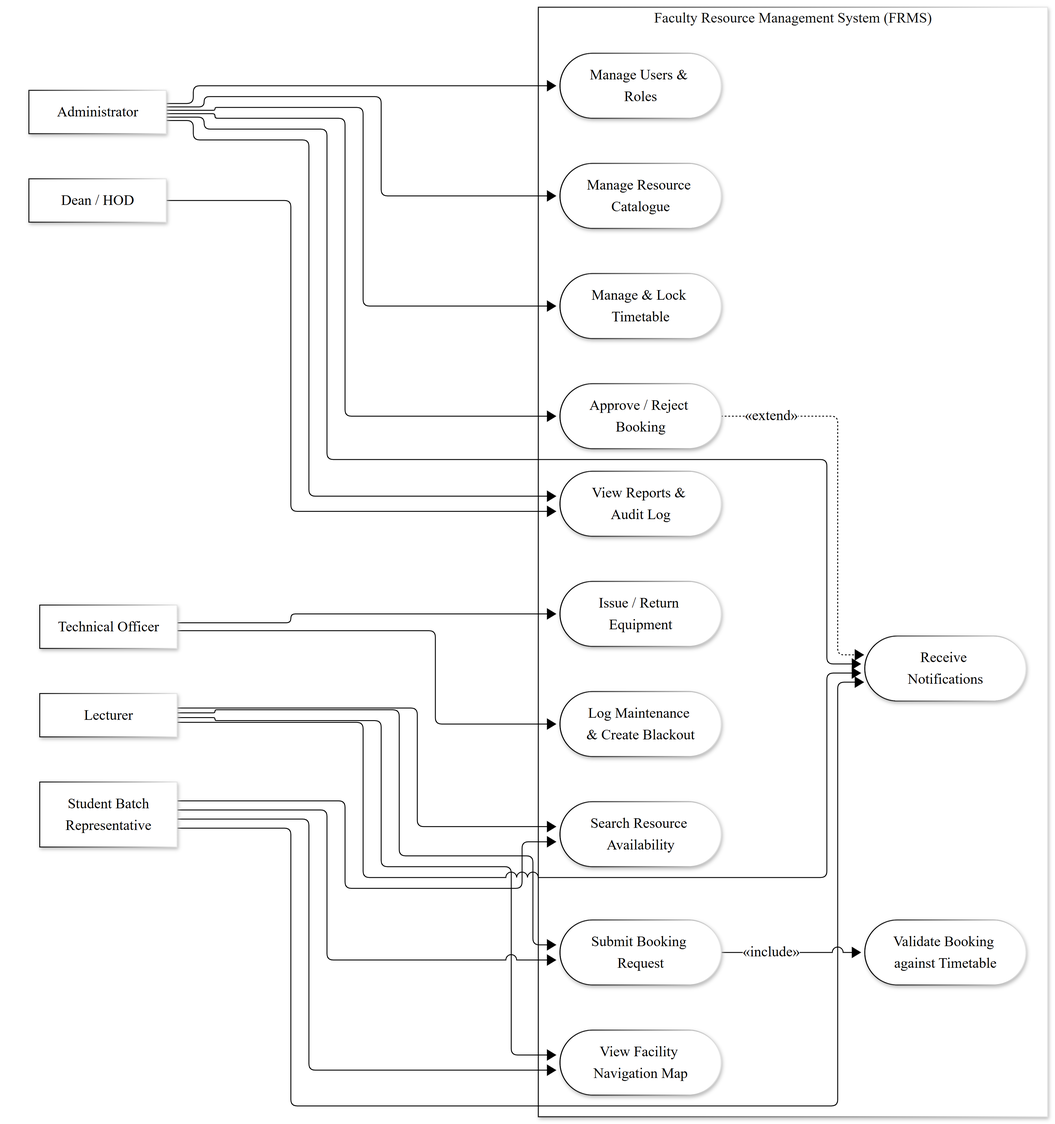
This is FRMSD/diagrams/output/fig4-2-usecase.png from chamika-u/Capstones, a Mermaid export, as it was before one commit. Its source is kept beside it as FRMSD/diagrams/src/fig4-2-usecase.mmd. Its diagram source:
```mermaid
flowchart LR
    subgraph LA[" "]
        direction TB
        LEC["Lecturer"]
        REP["Student Batch<br/>Representative"]
        TO["Technical Officer"]
    end

    subgraph SYS["Faculty Resource Management System (FRMS)"]
        direction TB
        UC1(["Manage Users &amp; Roles"])
        UC2(["Manage Resource Catalogue"])
        UC3(["Manage &amp; Lock Timetable"])
        UC4(["Search Resource Availability"])
        UC5(["Submit Booking Request"])
        UC6(["Validate Booking against Timetable"])
        UC7(["Approve / Reject Booking"])
        UC8(["Issue / Return Equipment"])
        UC9(["Log Maintenance &amp; Create Blackout"])
        UC10(["View Facility Navigation Map"])
        UC11(["Receive Notifications"])
        UC12(["View Reports &amp; Audit Log"])
    end

    subgraph RA[" "]
        direction TB
        ADM["Administrator"]
        MGT["Dean / HOD"]
    end

    LEC --> UC4
    LEC --> UC5
    LEC --> UC10
    LEC --> UC11
    REP --> UC4
    REP --> UC5
    REP --> UC10
    REP --> UC11
    TO --> UC8
    TO --> UC9
    ADM --> UC1
    ADM --> UC2
    ADM --> UC3
    ADM --> UC7
    ADM --> UC11
    ADM --> UC12
    MGT --> UC12

    UC5 -.->|"«include»"| UC6
    UC7 -.->|"«extend»"| UC11

    style LA fill:none,stroke:none
    style RA fill:none,stroke:none
```
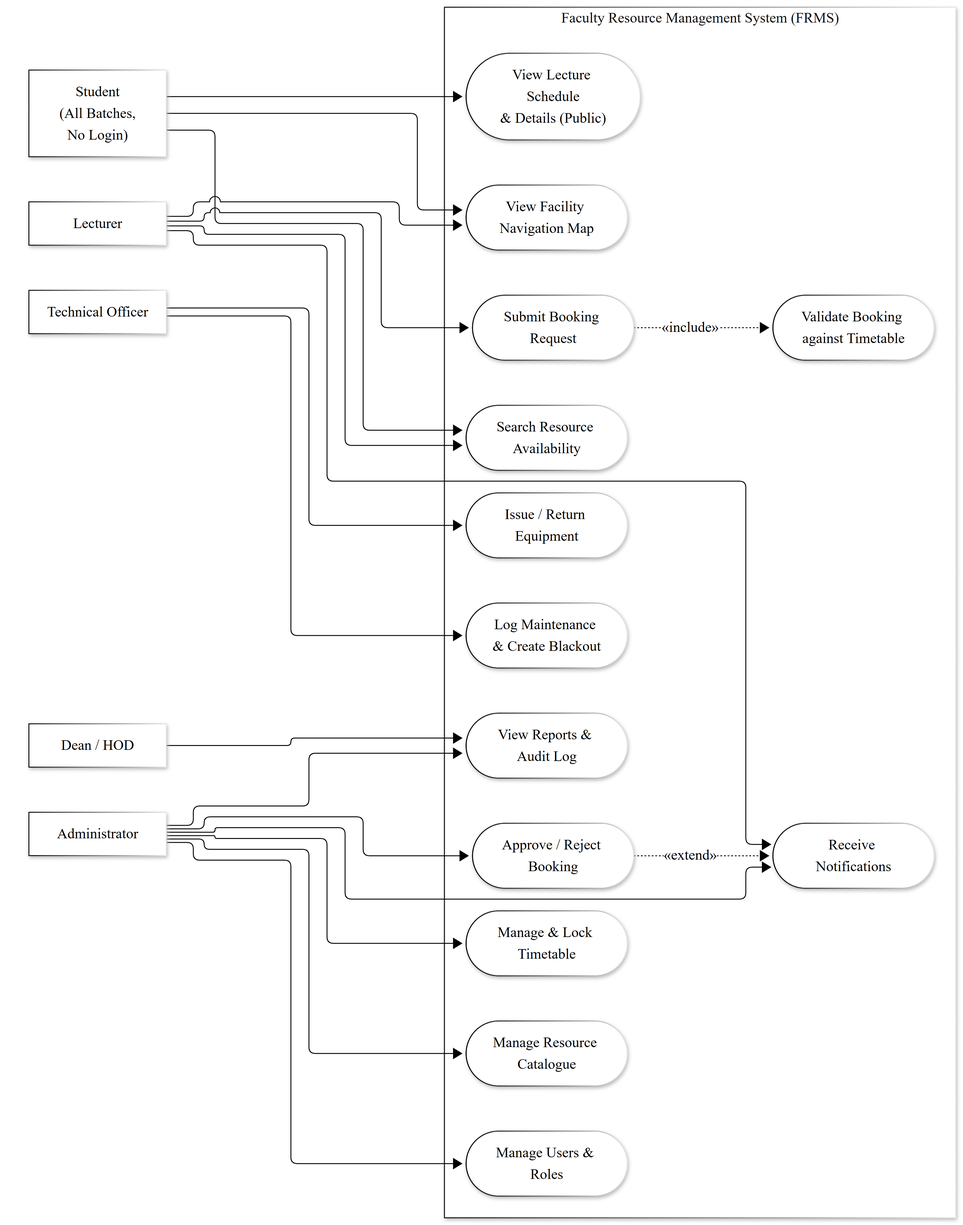
After the change.

What changed in the source:
```diff
@@ -2,7 +2,7 @@
     subgraph LA[" "]
         direction TB
         LEC["Lecturer"]
-        REP["Student Batch<br/>Representative"]
+        STU["Student<br/>(All Batches,<br/>No Login)"]
         TO["Technical Officer"]
     end
 
@@ -20,6 +20,7 @@
         UC10(["View Facility Navigation Map"])
         UC11(["Receive Notifications"])
         UC12(["View Reports &amp; Audit Log"])
+        UC13(["View Lecture Schedule<br/>&amp; Details (Public)"])
     end
 
     subgraph RA[" "]
@@ -32,10 +33,9 @@
     LEC --> UC5
     LEC --> UC10
     LEC --> UC11
-    REP --> UC4
-    REP --> UC5
-    REP --> UC10
-    REP --> UC11
+    STU --> UC13
+    STU --> UC4
+    STU --> UC10
     TO --> UC8
     TO --> UC9
     ADM --> UC1
```
